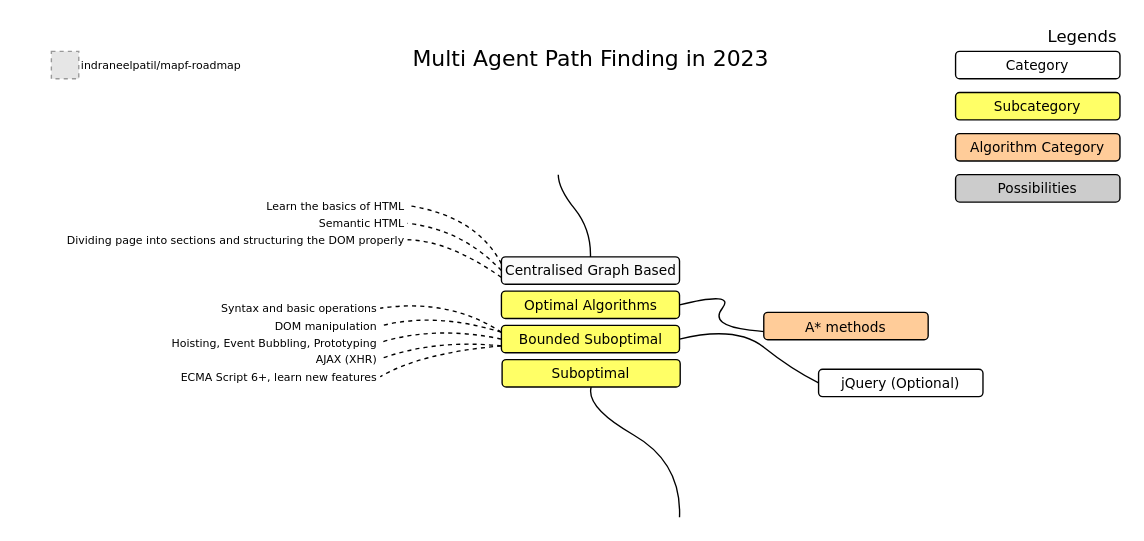
The draw.io diagram roadmap.drawio in indraneelpatil/mapf-roadmap, before the edit. Source tidied: cells renumbered, new cells numbered last; positions are measured from the earlier drawing's top-left corner, leaving out a move shared by most shapes. Both pictures are drawn from the tidied source at 137%, with x=0, y=0 at pixel (23, 23). Pictures stored in the file or linked from it are replaced by grey dashed boxes.
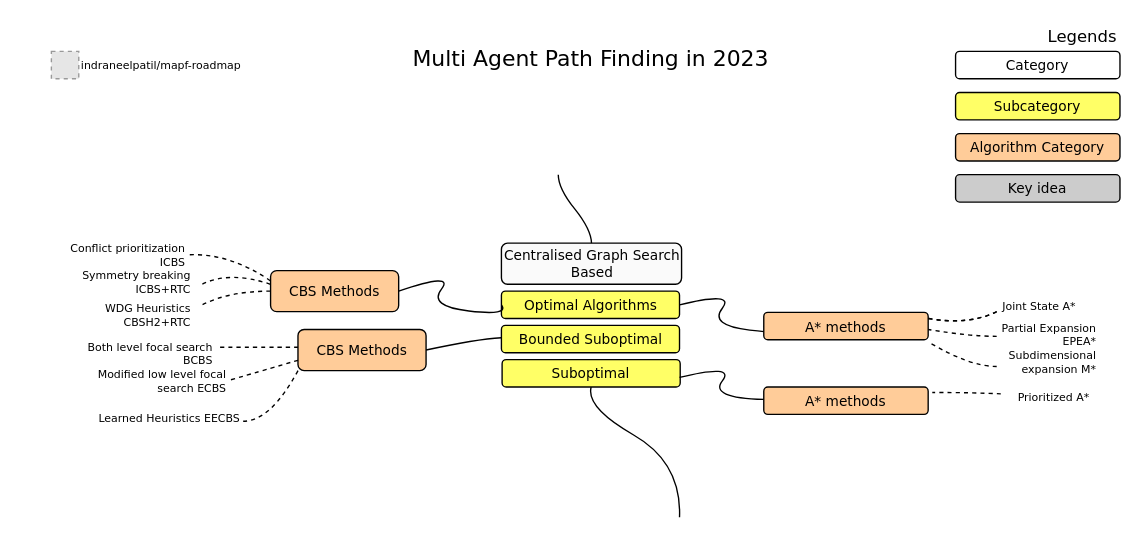
Above is the later version.

The change refers to these unchanged cells:
```xml
<mxCell id="9" value="Optimal Algorithms" style="rounded=1;whiteSpace=wrap;html=1;comic=0;fontFamily=Verdana;fontSize=10;fillColor=#FFFF66;" parent="1" vertex="1">
  <mxGeometry x="348.5" y="195" width="130" height="20" as="geometry" />
</mxCell>
<mxCell id="10" value="Bounded Suboptimal" style="rounded=1;whiteSpace=wrap;html=1;comic=0;fontFamily=Verdana;fontSize=10;fillColor=#FFFF66;" parent="1" vertex="1">
  <mxGeometry x="348.5" y="220" width="130" height="20" as="geometry" />
</mxCell>
```

Diff of the diagram source:
```diff
@@
-    <mxCell id="6" value="Possibilities" style="rounded=1;whiteSpace=wrap;html=1;comic=0;fontFamily=Verdana;fontSize=10;fillColor=#CCCCCC;" parent="1" vertex="1">
+    <mxCell id="6" value="Key idea" style="rounded=1;whiteSpace=wrap;html=1;comic=0;fontFamily=Verdana;fontSize=10;fillColor=#CCCCCC;" parent="1" vertex="1">
       <mxGeometry x="680" y="110" width="120" height="20" as="geometry" />
     </mxCell>
@@
-    <mxCell id="8" value="Centralised Graph Based" style="rounded=1;whiteSpace=wrap;html=1;comic=0;fontFamily=Verdana;fontSize=10;fillColor=#fafafa;" parent="1" vertex="1">
-      <mxGeometry x="348.5" y="170" width="130" height="20" as="geometry" />
+    <mxCell id="8" value="Centralised Graph Search Based" style="rounded=1;whiteSpace=wrap;html=1;comic=0;fontFamily=Verdana;fontSize=10;fillColor=#fafafa;" parent="1" vertex="1">
+      <mxGeometry x="348.5" y="160" width="131.5" height="30" as="geometry" />
     </mxCell>
@@
-    <mxCell id="11" value="Learn the basics of HTML" style="text;html=1;strokeColor=none;fillColor=none;align=right;verticalAlign=middle;whiteSpace=wrap;rounded=0;comic=0;fontFamily=Verdana;fontSize=8;" parent="1" vertex="1">
-      <mxGeometry x="20" y="125" width="260" height="15" as="geometry" />
-    </mxCell>
-    <mxCell id="12" value="Semantic HTML" style="text;html=1;strokeColor=none;fillColor=none;align=right;verticalAlign=middle;whiteSpace=wrap;rounded=0;comic=0;fontFamily=Verdana;fontSize=8;" parent="1" vertex="1">
-      <mxGeometry x="20" y="138" width="260" height="15" as="geometry" />
-    </mxCell>
-    <mxCell id="13" value="Dividing page into sections and structuring the DOM properly" style="text;html=1;strokeColor=none;fillColor=none;align=right;verticalAlign=middle;whiteSpace=wrap;rounded=0;comic=0;fontFamily=Verdana;fontSize=8;" parent="1" vertex="1">
-      <mxGeometry x="20" y="150" width="260" height="15" as="geometry" />
-    </mxCell>
-    <mxCell id="14" style="curved=1;endArrow=none;html=1;fontFamily=Verdana;fontSize=8;exitX=0;exitY=0.25;entryX=1;entryY=0.5;endFill=0;dashed=1;" parent="1" edge="1" source="8" target="11">
-      <mxGeometry relative="1" as="geometry">
-        <Array as="points">
-          <mxPoint x="330" y="140" />
-        </Array>
-      </mxGeometry>
-    </mxCell>
-    <mxCell id="15" style="curved=1;endArrow=none;html=1;fontFamily=Verdana;fontSize=8;exitX=0;exitY=0.5;entryX=1;entryY=0.5;endFill=0;dashed=1;" parent="1" edge="1" source="8" target="12">
-      <mxGeometry relative="1" as="geometry">
-        <Array as="points">
-          <mxPoint x="320" y="150" />
-        </Array>
-      </mxGeometry>
-    </mxCell>
-    <mxCell id="16" style="curved=1;endArrow=none;html=1;fontFamily=Verdana;fontSize=8;exitX=0;exitY=0.75;entryX=1;entryY=0.5;endFill=0;dashed=1;" parent="1" edge="1" source="8" target="13">
-      <mxGeometry relative="1" as="geometry">
-        <Array as="points">
-          <mxPoint x="310" y="158" />
-        </Array>
-      </mxGeometry>
-    </mxCell>
-    <mxCell id="17" value="Syntax and basic operations" style="text;html=1;strokeColor=none;fillColor=none;align=right;verticalAlign=middle;whiteSpace=wrap;rounded=0;comic=0;fontFamily=Verdana;fontSize=8;" parent="1" vertex="1">
-      <mxGeometry y="200" width="260" height="15" as="geometry" />
-    </mxCell>
-    <mxCell id="18" value="DOM manipulation" style="text;html=1;strokeColor=none;fillColor=none;align=right;verticalAlign=middle;whiteSpace=wrap;rounded=0;comic=0;fontFamily=Verdana;fontSize=8;" parent="1" vertex="1">
-      <mxGeometry y="213" width="260" height="15" as="geometry" />
-    </mxCell>
-    <mxCell id="19" value="Hoisting, Event Bubbling, Prototyping" style="text;html=1;strokeColor=none;fillColor=none;align=right;verticalAlign=middle;whiteSpace=wrap;rounded=0;comic=0;fontFamily=Verdana;fontSize=8;" parent="1" vertex="1">
-      <mxGeometry y="225" width="260" height="15" as="geometry" />
-    </mxCell>
-    <mxCell id="20" value="AJAX (XHR)" style="text;html=1;strokeColor=none;fillColor=none;align=right;verticalAlign=middle;whiteSpace=wrap;rounded=0;comic=0;fontFamily=Verdana;fontSize=8;" parent="1" vertex="1">
-      <mxGeometry y="237" width="260" height="15" as="geometry" />
-    </mxCell>
-    <mxCell id="21" value="ECMA Script 6+, learn new features" style="text;html=1;strokeColor=none;fillColor=none;align=right;verticalAlign=middle;whiteSpace=wrap;rounded=0;comic=0;fontFamily=Verdana;fontSize=8;" parent="1" vertex="1">
-      <mxGeometry y="250" width="260" height="15" as="geometry" />
-    </mxCell>
-    <mxCell id="22" style="curved=1;endArrow=none;html=1;fontFamily=Verdana;fontSize=8;exitX=0;exitY=0.25;entryX=1;entryY=0.5;endFill=0;dashed=1;" parent="1" edge="1" source="10" target="17">
-      <mxGeometry relative="1" as="geometry">
-        <Array as="points">
-          <mxPoint x="310" y="200" />
-        </Array>
-      </mxGeometry>
-    </mxCell>
-    <mxCell id="23" style="curved=1;endArrow=none;html=1;fontFamily=Verdana;fontSize=8;exitX=0;exitY=0.25;entryX=1;entryY=0.5;endFill=0;dashed=1;" parent="1" edge="1" source="10" target="18">
-      <mxGeometry relative="1" as="geometry">
-        <Array as="points">
-          <mxPoint x="300" y="210" />
-        </Array>
-      </mxGeometry>
-    </mxCell>
-    <mxCell id="24" style="curved=1;endArrow=none;html=1;fontFamily=Verdana;fontSize=8;entryX=1;entryY=0.5;endFill=0;dashed=1;exitX=0;exitY=0.5;" parent="1" edge="1" source="10" target="19">
-      <mxGeometry relative="1" as="geometry">
-        <Array as="points">
-          <mxPoint x="300" y="220" />
-        </Array>
-      </mxGeometry>
-    </mxCell>
-    <mxCell id="25" style="curved=1;endArrow=none;html=1;fontFamily=Verdana;fontSize=8;exitX=0;exitY=0.75;entryX=1;entryY=0.5;endFill=0;dashed=1;" parent="1" edge="1" source="10" target="20">
-      <mxGeometry relative="1" as="geometry">
-        <Array as="points">
-          <mxPoint x="300" y="230" />
-        </Array>
-      </mxGeometry>
-    </mxCell>
-    <mxCell id="26" style="curved=1;endArrow=none;html=1;fontFamily=Verdana;fontSize=8;exitX=0;exitY=0.75;entryX=1;entryY=0.5;endFill=0;dashed=1;" parent="1" edge="1" source="10" target="21">
-      <mxGeometry relative="1" as="geometry">
-        <Array as="points">
-          <mxPoint x="290" y="240" />
-        </Array>
-      </mxGeometry>
-    </mxCell>
-    <mxCell id="27" value="jQuery (Optional)" style="rounded=1;whiteSpace=wrap;html=1;comic=0;fontFamily=Verdana;fontSize=10;fillColor=#ffffff;strokeColor=#000000;" parent="1" vertex="1">
-      <mxGeometry x="580" y="252" width="120" height="20" as="geometry" />
-    </mxCell>
-    <mxCell id="28" style="curved=1;endArrow=none;html=1;fontFamily=Verdana;fontSize=10;exitX=0;exitY=0.5;entryX=1;entryY=0.5;endFill=0;" parent="1" edge="1" source="27" target="10">
-      <mxGeometry relative="1" as="geometry">
-        <Array as="points">
-          <mxPoint x="560" y="252" />
-          <mxPoint x="520" y="220" />
-        </Array>
-      </mxGeometry>
-    </mxCell>
@@
+    <mxCell id="36" style="curved=1;endArrow=none;html=1;fontFamily=Verdana;fontSize=8;entryX=1;entryY=0.5;endFill=0;dashed=1;" parent="1" edge="1">
+      <mxGeometry relative="1" as="geometry">
+        <mxPoint x="710" y="210" as="sourcePoint" />
+        <mxPoint x="660" y="215" as="targetPoint" />
+        <Array as="points">
+          <mxPoint x="690" y="220" />
+        </Array>
+      </mxGeometry>
+    </mxCell>
+    <mxCell id="37" value="Joint State A*" style="text;html=1;strokeColor=none;fillColor=none;align=right;verticalAlign=middle;whiteSpace=wrap;rounded=0;comic=0;fontFamily=Verdana;fontSize=8;" parent="1" vertex="1">
+      <mxGeometry x="510" y="198" width="260" height="15" as="geometry" />
+    </mxCell>
+    <mxCell id="38" style="curved=1;endArrow=none;html=1;fontFamily=Verdana;fontSize=8;entryX=1;entryY=0.5;endFill=0;dashed=1;" parent="1" edge="1">
+      <mxGeometry relative="1" as="geometry">
+        <mxPoint x="710" y="228" as="sourcePoint" />
+        <mxPoint x="660" y="223" as="targetPoint" />
+        <Array as="points">
+          <mxPoint x="690" y="228" />
+        </Array>
+      </mxGeometry>
+    </mxCell>
+    <mxCell id="39" value="Partial Expansion EPEA*" style="text;html=1;strokeColor=none;fillColor=none;align=right;verticalAlign=middle;whiteSpace=wrap;rounded=0;comic=0;fontFamily=Verdana;fontSize=8;" parent="1" vertex="1">
+      <mxGeometry x="695" y="220" width="90" height="13" as="geometry" />
+    </mxCell>
+    <mxCell id="40" style="curved=1;endArrow=none;html=1;fontFamily=Verdana;fontSize=8;entryX=1;entryY=0.5;endFill=0;dashed=1;" parent="1" edge="1">
+      <mxGeometry relative="1" as="geometry">
+        <mxPoint x="710" y="250" as="sourcePoint" />
+        <mxPoint x="660" y="232" as="targetPoint" />
+        <Array as="points">
+          <mxPoint x="690" y="250" />
+        </Array>
+      </mxGeometry>
+    </mxCell>
+    <mxCell id="41" value="Subdimensional expansion M*" style="text;html=1;strokeColor=none;fillColor=none;align=right;verticalAlign=middle;whiteSpace=wrap;rounded=0;comic=0;fontFamily=Verdana;fontSize=8;" parent="1" vertex="1">
+      <mxGeometry x="695" y="240" width="90" height="13" as="geometry" />
+    </mxCell>
+    <mxCell id="42" value="CBS Methods" style="rounded=1;whiteSpace=wrap;html=1;comic=0;fontFamily=Verdana;fontSize=10;fillColor=#ffcc99;strokeColor=#000000;" parent="1" vertex="1">
+      <mxGeometry x="180" y="180" width="93.5" height="30" as="geometry" />
+    </mxCell>
+    <mxCell id="43" style="curved=1;endArrow=none;html=1;fontFamily=Verdana;fontSize=10;exitX=0;exitY=0.5;entryX=1;entryY=0.5;endFill=0;exitDx=0;exitDy=0;entryDx=0;entryDy=0;" parent="1" edge="1" source="9" target="42">
+      <mxGeometry relative="1" as="geometry">
+        <Array as="points">
+          <mxPoint x="354.5" y="213" />
+          <mxPoint x="295" y="206" />
+          <mxPoint x="314.5" y="181" />
+        </Array>
+      </mxGeometry>
+    </mxCell>
+    <mxCell id="44" style="curved=1;endArrow=none;html=1;fontFamily=Verdana;fontSize=8;endFill=0;dashed=1;exitX=0;exitY=0.5;" parent="1" edge="1">
+      <mxGeometry relative="1" as="geometry">
+        <mxPoint x="180" y="190" as="sourcePoint" />
+        <mxPoint x="130" y="190" as="targetPoint" />
+        <Array as="points">
+          <mxPoint x="150" y="180" />
+        </Array>
+      </mxGeometry>
+    </mxCell>
+    <mxCell id="45" value="Conflict prioritization ICBS" style="text;html=1;strokeColor=none;fillColor=none;align=right;verticalAlign=middle;whiteSpace=wrap;rounded=0;comic=0;fontFamily=Verdana;fontSize=8;" parent="1" vertex="1">
+      <mxGeometry x="30" y="160" width="90" height="17" as="geometry" />
+    </mxCell>
+    <mxCell id="46" style="curved=1;endArrow=none;html=1;fontFamily=Verdana;fontSize=8;endFill=0;dashed=1;exitX=0;exitY=0.5;exitDx=0;exitDy=0;" parent="1" edge="1" source="42">
+      <mxGeometry relative="1" as="geometry">
+        <mxPoint x="130" y="205" as="targetPoint" />
+        <Array as="points">
+          <mxPoint x="150" y="195" />
+        </Array>
+      </mxGeometry>
+    </mxCell>
+    <mxCell id="47" value="Symmetry breaking ICBS+RTC" style="text;html=1;strokeColor=none;fillColor=none;align=right;verticalAlign=middle;whiteSpace=wrap;rounded=0;comic=0;fontFamily=Verdana;fontSize=8;" parent="1" vertex="1">
+      <mxGeometry x="14" y="181.5" width="110" height="15" as="geometry" />
+    </mxCell>
+    <mxCell id="48" style="curved=1;endArrow=none;html=1;fontFamily=Verdana;fontSize=8;entryX=1;entryY=0.5;endFill=0;dashed=1;" parent="1" edge="1">
+      <mxGeometry relative="1" as="geometry">
+        <mxPoint x="710" y="210" as="sourcePoint" />
+        <mxPoint x="660" y="215" as="targetPoint" />
+        <Array as="points">
+          <mxPoint x="690" y="220" />
+        </Array>
+      </mxGeometry>
+    </mxCell>
+    <mxCell id="49" value="WDG Heuristics CBSH2+RTC" style="text;html=1;strokeColor=none;fillColor=none;align=right;verticalAlign=middle;whiteSpace=wrap;rounded=0;comic=0;fontFamily=Verdana;fontSize=8;" parent="1" vertex="1">
+      <mxGeometry x="14" y="205" width="110" height="15" as="geometry" />
+    </mxCell>
+    <mxCell id="50" style="curved=1;endArrow=none;html=1;fontFamily=Verdana;fontSize=8;endFill=0;dashed=1;exitX=0;exitY=0.25;exitDx=0;exitDy=0;entryX=1;entryY=0.5;entryDx=0;entryDy=0;" parent="1" edge="1" source="42" target="45">
+      <mxGeometry relative="1" as="geometry">
+        <Array as="points">
+          <mxPoint x="150" y="167" />
+        </Array>
+      </mxGeometry>
+    </mxCell>
+    <mxCell id="51" value="CBS Methods" style="rounded=1;whiteSpace=wrap;html=1;comic=0;fontFamily=Verdana;fontSize=10;fillColor=#ffcc99;strokeColor=#000000;" parent="1" vertex="1">
+      <mxGeometry x="200" y="223" width="93.5" height="30" as="geometry" />
+    </mxCell>
+    <mxCell id="52" style="curved=1;endArrow=none;html=1;fontFamily=Verdana;fontSize=10;exitX=0;exitY=0.5;entryX=1;entryY=0.5;endFill=0;exitDx=0;exitDy=0;entryDx=0;entryDy=0;" parent="1" edge="1" target="51">
+      <mxGeometry relative="1" as="geometry">
+        <mxPoint x="348.5" y="229" as="sourcePoint" />
+        <Array as="points">
+          <mxPoint x="330" y="230" />
+        </Array>
+      </mxGeometry>
+    </mxCell>
+    <mxCell id="53" style="curved=1;endArrow=none;html=1;fontFamily=Verdana;fontSize=8;endFill=0;dashed=1;exitX=0;exitY=0.25;exitDx=0;exitDy=0;" parent="1" edge="1">
+      <mxGeometry relative="1" as="geometry">
+        <mxPoint x="200" y="236" as="sourcePoint" />
+        <mxPoint x="140" y="236" as="targetPoint" />
+      </mxGeometry>
+    </mxCell>
+    <mxCell id="54" value="Both level focal search BCBS" style="text;html=1;strokeColor=none;fillColor=none;align=right;verticalAlign=middle;whiteSpace=wrap;rounded=0;comic=0;fontFamily=Verdana;fontSize=8;" parent="1" vertex="1">
+      <mxGeometry x="30" y="233" width="110" height="15" as="geometry" />
+    </mxCell>
+    <mxCell id="55" style="curved=1;endArrow=none;html=1;fontFamily=Verdana;fontSize=8;endFill=0;dashed=1;exitX=0;exitY=0.75;exitDx=0;exitDy=0;" parent="1" edge="1" source="51">
+      <mxGeometry relative="1" as="geometry">
+        <mxPoint x="150" y="260" as="targetPoint" />
+      </mxGeometry>
+    </mxCell>
+    <mxCell id="56" value="Modified low level focal search ECBS" style="text;html=1;strokeColor=none;fillColor=none;align=right;verticalAlign=middle;whiteSpace=wrap;rounded=0;comic=0;fontFamily=Verdana;fontSize=8;" parent="1" vertex="1">
+      <mxGeometry x="40" y="253" width="110" height="15" as="geometry" />
+    </mxCell>
+    <mxCell id="57" style="curved=1;endArrow=none;html=1;fontFamily=Verdana;fontSize=8;endFill=0;dashed=1;exitX=0;exitY=1;exitDx=0;exitDy=0;" parent="1" edge="1" source="51">
+      <mxGeometry relative="1" as="geometry">
+        <mxPoint x="160" y="290" as="targetPoint" />
+        <Array as="points">
+          <mxPoint x="180" y="290" />
+        </Array>
+      </mxGeometry>
+    </mxCell>
+    <mxCell id="58" value="Learned Heuristics EECBS" style="text;html=1;strokeColor=none;fillColor=none;align=right;verticalAlign=middle;whiteSpace=wrap;rounded=0;comic=0;fontFamily=Verdana;fontSize=8;" parent="1" vertex="1">
+      <mxGeometry x="50" y="280" width="110" height="15" as="geometry" />
+    </mxCell>
+    <mxCell id="59" value="A* methods" style="rounded=1;whiteSpace=wrap;html=1;comic=0;fontFamily=Verdana;fontSize=10;fillColor=#ffcc99;strokeColor=#000000;" parent="1" vertex="1">
+      <mxGeometry x="540" y="265" width="120" height="20" as="geometry" />
+    </mxCell>
+    <mxCell id="60" style="curved=1;endArrow=none;html=1;fontFamily=Verdana;fontSize=10;exitX=0;exitY=0.5;entryX=1;entryY=0.5;endFill=0;exitDx=0;exitDy=0;" parent="1" edge="1">
+      <mxGeometry relative="1" as="geometry">
+        <mxPoint x="540" y="274" as="sourcePoint" />
+        <mxPoint x="478.5" y="258" as="targetPoint" />
+        <Array as="points">
+          <mxPoint x="500" y="273" />
+          <mxPoint x="519.5" y="248" />
+        </Array>
+      </mxGeometry>
+    </mxCell>
+    <mxCell id="61" style="curved=1;endArrow=none;html=1;fontFamily=Verdana;fontSize=8;entryX=1;entryY=0.5;endFill=0;dashed=1;" parent="1" edge="1">
+      <mxGeometry relative="1" as="geometry">
+        <mxPoint x="713" y="270" as="sourcePoint" />
+        <mxPoint x="663" y="269" as="targetPoint" />
+        <Array as="points">
+          <mxPoint x="693" y="269" />
+        </Array>
+      </mxGeometry>
+    </mxCell>
+    <mxCell id="62" value="Prioritized A*" style="text;html=1;strokeColor=none;fillColor=none;align=right;verticalAlign=middle;whiteSpace=wrap;rounded=0;comic=0;fontFamily=Verdana;fontSize=8;" parent="1" vertex="1">
+      <mxGeometry x="520" y="265" width="260" height="15" as="geometry" />
+    </mxCell>
```
